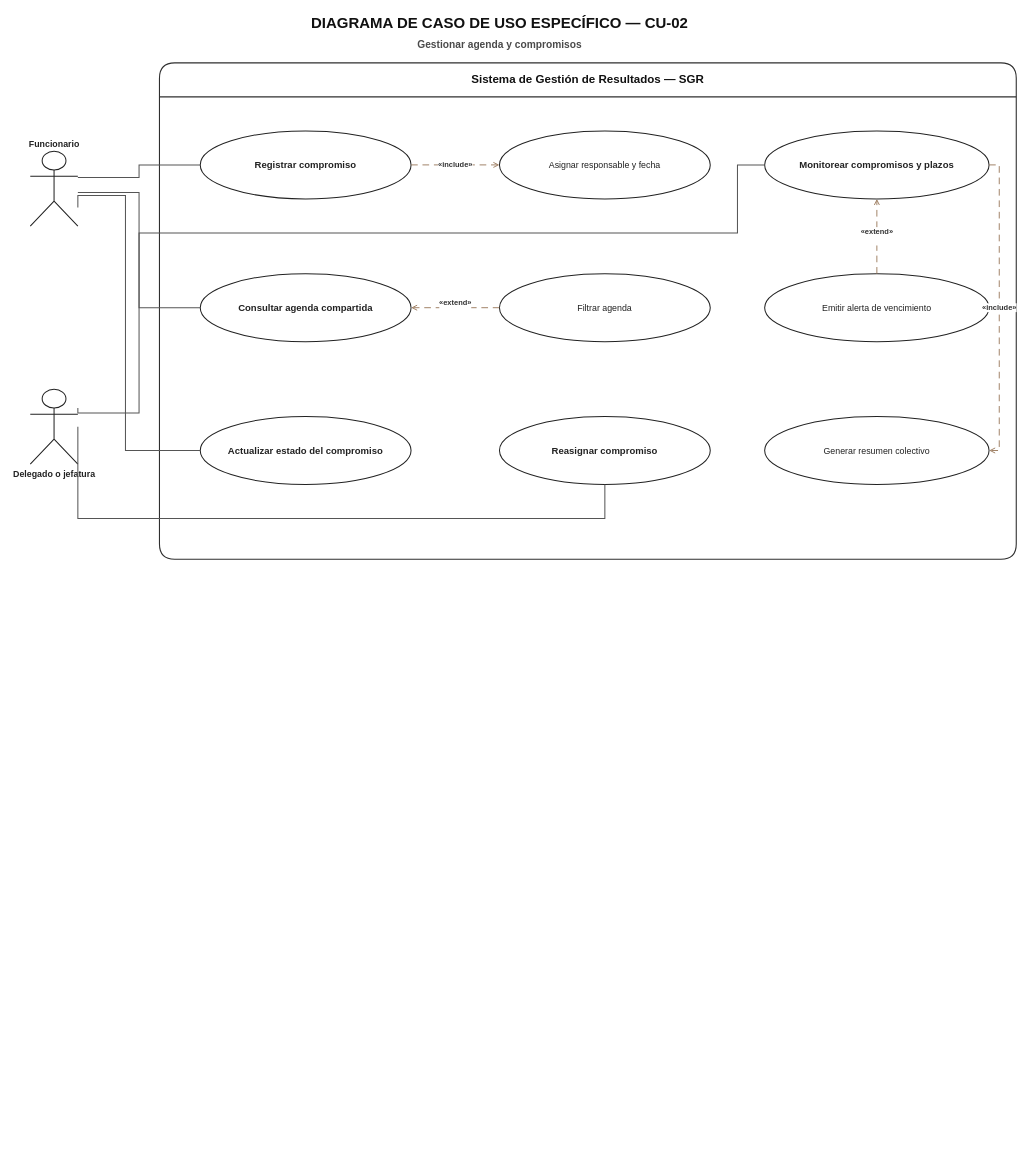
Before: docs/uml/02_casos_de_uso/02_especificos/CU02_gestionar_agenda_y_compromisos/Diagrama_Caso_Uso_Especifico_CU02_SGR.drawio in MasterCapehart/sgr-proyecto-integrado, a draw.io diagram. Source tidied: cells renumbered, new cells numbered last; positions are measured from the earlier drawing's top-left corner, leaving out a move shared by most shapes. Both pictures are drawn from the tidied source at 68%, with x=0, y=0 at pixel (30, 12).
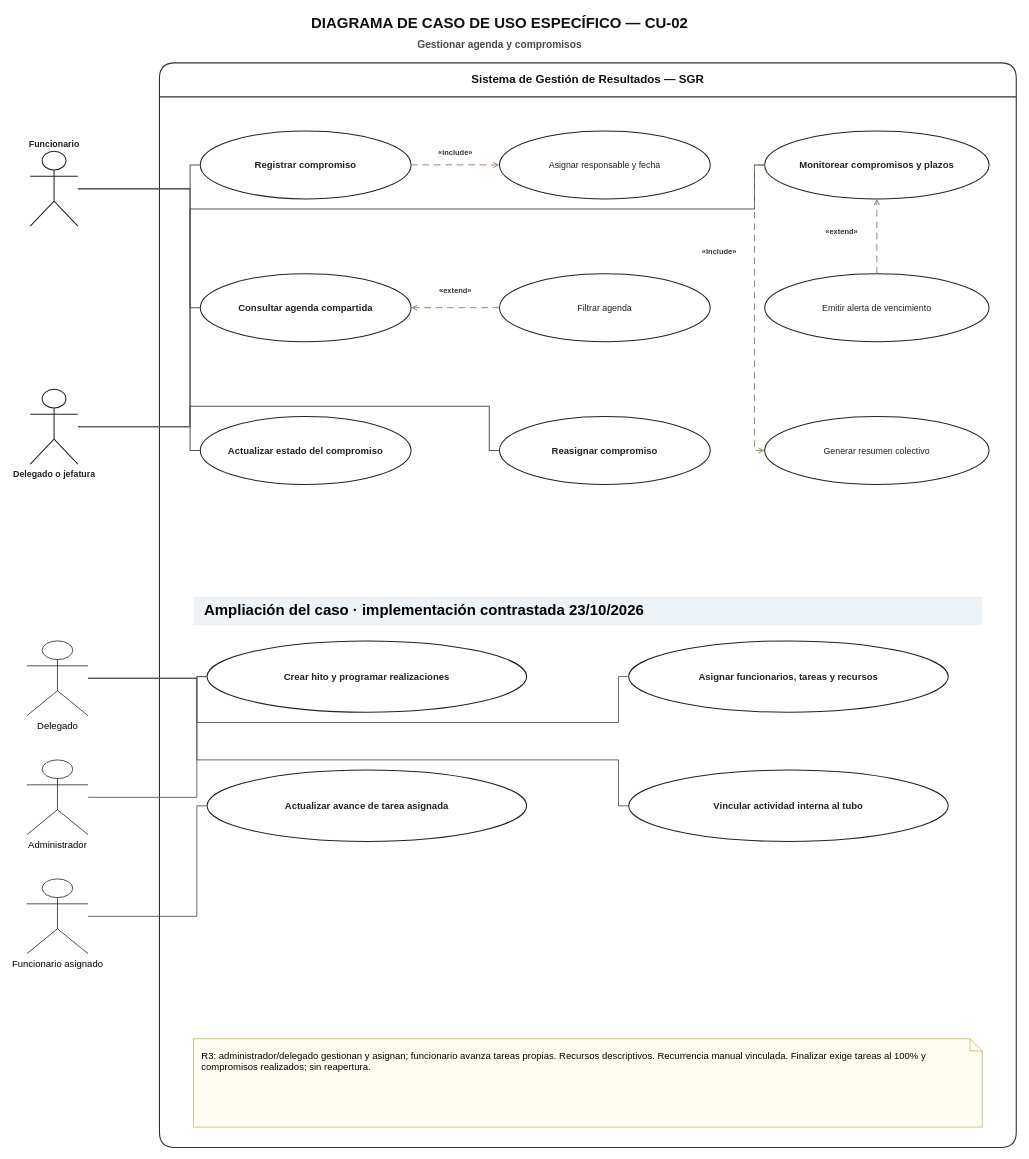
Above is the later version.

Unchanged cells that the change refers to:
```xml
<mxCell id="5" value="Funcionario" style="shape=umlActor;verticalLabelPosition=top;verticalAlign=bottom;html=1;outlineConnect=0;fillColor=#FFFFFF;strokeColor=#222222;fontColor=#222222;fontSize=13;fontStyle=1;strokeWidth=1.5;" parent="1" vertex="1">
  <mxGeometry y="205" width="70" height="110" as="geometry" />
</mxCell>
<mxCell id="6" value="Delegado o jefatura" style="shape=umlActor;verticalLabelPosition=bottom;verticalAlign=top;html=1;outlineConnect=0;fillColor=#FFFFFF;strokeColor=#222222;fontColor=#222222;fontSize=13;fontStyle=1;strokeWidth=1.5;" parent="1" vertex="1">
  <mxGeometry y="555" width="70" height="110" as="geometry" />
</mxCell>
<mxCell id="7" value="Registrar compromiso" style="ellipse;whiteSpace=wrap;html=1;fillColor=#FFFFFF;strokeColor=#222222;fontColor=#222222;fontSize=14;strokeWidth=1.5;fontStyle=1;" parent="1" vertex="1">
  <mxGeometry x="250" y="175" width="310" height="100" as="geometry" />
</mxCell>
<mxCell id="8" value="Asignar responsable y fecha" style="ellipse;whiteSpace=wrap;html=1;fillColor=#FFFFFF;strokeColor=#222222;fontColor=#222222;fontSize=13;strokeWidth=1.5;" parent="1" vertex="1">
  <mxGeometry x="690" y="175" width="310" height="100" as="geometry" />
</mxCell>
<mxCell id="9" value="Monitorear compromisos y plazos" style="ellipse;whiteSpace=wrap;html=1;fillColor=#FFFFFF;strokeColor=#222222;fontColor=#222222;fontSize=14;strokeWidth=1.5;fontStyle=1;" parent="1" vertex="1">
  <mxGeometry x="1080" y="175" width="330" height="100" as="geometry" />
</mxCell>
<mxCell id="10" value="Consultar agenda compartida" style="ellipse;whiteSpace=wrap;html=1;fillColor=#FFFFFF;strokeColor=#222222;fontColor=#222222;fontSize=14;strokeWidth=1.5;fontStyle=1;" parent="1" vertex="1">
  <mxGeometry x="250" y="385" width="310" height="100" as="geometry" />
</mxCell>
<mxCell id="11" value="Filtrar agenda" style="ellipse;whiteSpace=wrap;html=1;fillColor=#FFFFFF;strokeColor=#222222;fontColor=#222222;fontSize=13;strokeWidth=1.5;" parent="1" vertex="1">
  <mxGeometry x="690" y="385" width="310" height="100" as="geometry" />
</mxCell>
<mxCell id="12" value="Emitir alerta de vencimiento" style="ellipse;whiteSpace=wrap;html=1;fillColor=#FFFFFF;strokeColor=#222222;fontColor=#222222;fontSize=13;strokeWidth=1.5;" parent="1" vertex="1">
  <mxGeometry x="1080" y="385" width="330" height="100" as="geometry" />
</mxCell>
<mxCell id="13" value="Actualizar estado del compromiso" style="ellipse;whiteSpace=wrap;html=1;fillColor=#FFFFFF;strokeColor=#222222;fontColor=#222222;fontSize=14;strokeWidth=1.5;fontStyle=1;" parent="1" vertex="1">
  <mxGeometry x="250" y="595" width="310" height="100" as="geometry" />
</mxCell>
<mxCell id="14" value="Reasignar compromiso" style="ellipse;whiteSpace=wrap;html=1;fillColor=#FFFFFF;strokeColor=#222222;fontColor=#222222;fontSize=14;strokeWidth=1.5;fontStyle=1;" parent="1" vertex="1">
  <mxGeometry x="690" y="595" width="310" height="100" as="geometry" />
</mxCell>
<mxCell id="15" value="Generar resumen colectivo" style="ellipse;whiteSpace=wrap;html=1;fillColor=#FFFFFF;strokeColor=#222222;fontColor=#222222;fontSize=13;strokeWidth=1.5;" parent="1" vertex="1">
  <mxGeometry x="1080" y="595" width="330" height="100" as="geometry" />
</mxCell>
```

Change to the diagram source:
```diff
@@
     <mxCell id="4" value="Sistema de Gestión de Resultados — SGR" style="swimlane;horizontal=1;startSize=50;rounded=1;whiteSpace=wrap;html=1;fillColor=#FFFFFF;swimlaneFillColor=#FFFFFF;strokeColor=#2F2F2F;fontColor=#111111;fontSize=17;fontStyle=1;spacing=8;strokeWidth=1.6;" parent="1" vertex="1">
-      <mxGeometry x="190" y="75" width="1260" height="730" as="geometry" />
+      <mxGeometry x="190" y="75" width="1260" height="1595" as="geometry" />
     </mxCell>
@@
-    <mxCell id="16" style="edgeStyle=orthogonalEdgeStyle;jettySize=auto;endArrow=none;startArrow=none;html=1;rounded=0;strokeColor=#555555;strokeWidth=1.5;exitX=1;exitY=0.35;entryX=0;entryY=0.5;" parent="1" edge="1" source="5" target="7">
-      <mxGeometry relative="1" as="geometry" />
+    <mxCell id="16" style="jettySize=auto;endArrow=none;startArrow=none;html=1;strokeColor=#555555;strokeWidth=1.5;jumpSize=8;edgeStyle=none;noEdgeStyle=1;rounded=0;exitX=1;exitY=0.5;entryX=0;entryY=0.5;exitPerimeter=0;entryPerimeter=0;jumpStyle=arc;jumpSize=8;" parent="1" edge="1" source="5" target="7">
+      <mxGeometry relative="1" as="geometry">
+        <Array as="points">
+          <mxPoint x="235" y="260" />
+          <mxPoint x="235" y="225" />
+        </Array>
+      </mxGeometry>
     </mxCell>
-    <mxCell id="17" style="edgeStyle=orthogonalEdgeStyle;jettySize=auto;endArrow=none;startArrow=none;html=1;rounded=0;strokeColor=#555555;strokeWidth=1.5;exitX=1;exitY=0.55;entryX=0;entryY=0.5;" parent="1" edge="1" source="5" target="10">
-      <mxGeometry relative="1" as="geometry" />
+    <mxCell id="17" style="jettySize=auto;endArrow=none;startArrow=none;html=1;strokeColor=#555555;strokeWidth=1.5;jumpSize=8;edgeStyle=none;noEdgeStyle=1;rounded=0;exitX=1;exitY=0.5;entryX=0;entryY=0.5;exitPerimeter=0;entryPerimeter=0;jumpStyle=arc;jumpSize=8;" parent="1" edge="1" source="5" target="10">
+      <mxGeometry relative="1" as="geometry">
+        <Array as="points">
+          <mxPoint x="235" y="260" />
+          <mxPoint x="235" y="435" />
+        </Array>
+      </mxGeometry>
     </mxCell>
-    <mxCell id="18" style="edgeStyle=orthogonalEdgeStyle;jettySize=auto;endArrow=none;startArrow=none;html=1;rounded=0;strokeColor=#555555;strokeWidth=1.5;exitX=1;exitY=0.75;entryX=0;entryY=0.5;" parent="1" edge="1" source="5" target="13">
+    <mxCell id="18" style="jettySize=auto;endArrow=none;startArrow=none;html=1;strokeColor=#555555;strokeWidth=1.5;jumpSize=8;edgeStyle=none;noEdgeStyle=1;rounded=0;exitX=1;exitY=0.5;entryX=0;entryY=0.5;exitPerimeter=0;entryPerimeter=0;jumpStyle=arc;jumpSize=8;" parent="1" edge="1" source="5" target="13">
       <mxGeometry relative="1" as="geometry">
         <Array as="points">
-          <mxPoint x="140" y="270" />
-          <mxPoint x="140" y="645" />
+          <mxPoint x="235" y="260" />
+          <mxPoint x="235" y="645" />
         </Array>
       </mxGeometry>
     </mxCell>
-    <mxCell id="19" style="edgeStyle=orthogonalEdgeStyle;jettySize=auto;endArrow=none;startArrow=none;html=1;rounded=0;strokeColor=#555555;strokeWidth=1.5;exitX=1;exitY=0.25;entryX=0;entryY=0.5;" parent="1" edge="1" source="6" target="9">
+    <mxCell id="19" style="jettySize=auto;endArrow=none;startArrow=none;html=1;strokeColor=#555555;strokeWidth=1.5;jumpSize=8;edgeStyle=none;noEdgeStyle=1;rounded=0;exitX=1;exitY=0.5;entryX=0;entryY=0.5;exitPerimeter=0;entryPerimeter=0;jumpStyle=arc;jumpSize=8;" parent="1" edge="1" source="6" target="9">
       <mxGeometry relative="1" as="geometry">
         <Array as="points">
-          <mxPoint x="160" y="590" />
-          <mxPoint x="160" y="325" />
-          <mxPoint x="1040" y="325" />
-          <mxPoint x="1040" y="225" />
+          <mxPoint x="235" y="610" />
+          <mxPoint x="235" y="290" />
+          <mxPoint x="1065" y="290" />
+          <mxPoint x="1065" y="225" />
         </Array>
       </mxGeometry>
     </mxCell>
-    <mxCell id="20" style="edgeStyle=orthogonalEdgeStyle;jettySize=auto;endArrow=none;startArrow=none;html=1;rounded=0;strokeColor=#555555;strokeWidth=1.5;exitX=1;exitY=0.55;entryX=0;entryY=0.5;exitX=1;exitY=0.5;entryX=0.5;entryY=1;" parent="1" edge="1" source="6" target="14">
+    <mxCell id="20" style="jettySize=auto;endArrow=none;startArrow=none;html=1;strokeColor=#555555;strokeWidth=1.5;jumpSize=8;edgeStyle=none;noEdgeStyle=1;rounded=0;exitX=1;exitY=0.5;entryX=0;entryY=0.5;exitPerimeter=0;entryPerimeter=0;jumpStyle=arc;jumpSize=8;" parent="1" edge="1" source="6" target="14">
       <mxGeometry relative="1" as="geometry">
         <Array as="points">
-          <mxPoint x="150" y="745" />
-          <mxPoint x="850" y="745" />
+          <mxPoint x="235" y="610" />
+          <mxPoint x="235" y="580" />
+          <mxPoint x="675" y="580" />
+          <mxPoint x="675" y="645" />
         </Array>
       </mxGeometry>
     </mxCell>
-    <mxCell id="21" value="«include»" style="edgeStyle=orthogonalEdgeStyle;jettySize=auto;endArrow=open;endFill=0;startArrow=none;html=1;rounded=0;dashed=1;dashPattern=7 5;strokeColor=#9E7E61;strokeWidth=1.4;fontSize=11;fontStyle=1;labelBackgroundColor=#FFFFFF;exitX=1;exitY=0.5;entryX=0;entryY=0.5;fontColor=#333333;" parent="1" edge="1" source="7" target="8">
-      <mxGeometry relative="1" as="geometry" />
+    <mxCell id="21" value="«include»" style="jettySize=auto;endArrow=open;endFill=0;startArrow=none;html=1;dashed=1;dashPattern=7 5;strokeColor=#9E7E61;strokeWidth=1.4;fontSize=11;fontStyle=1;labelBackgroundColor=#FFFFFF;fontColor=#333333;jumpSize=8;edgeStyle=none;noEdgeStyle=1;rounded=0;exitX=1;exitY=0.5;entryX=0;entryY=0.5;exitPerimeter=0;entryPerimeter=0;jumpStyle=arc;jumpSize=8;" parent="1" edge="1" source="7" target="8">
+      <mxGeometry relative="1" as="geometry">
+        <mxPoint y="-18" as="offset" />
+      </mxGeometry>
     </mxCell>
-    <mxCell id="22" value="«extend»&lt;div&gt;&lt;br/&gt;&lt;/div&gt;" style="edgeStyle=orthogonalEdgeStyle;jettySize=auto;endArrow=open;endFill=0;startArrow=none;html=1;rounded=0;dashed=1;dashPattern=7 5;strokeColor=#9E7E61;strokeWidth=1.4;fontSize=11;fontStyle=1;labelBackgroundColor=#FFFFFF;exitX=0;exitY=0.5;entryX=1;entryY=0.5;fontColor=#333333;" parent="1" edge="1" source="11" target="10">
-      <mxGeometry relative="1" as="geometry" />
+    <mxCell id="22" value="«extend»&lt;div&gt;&lt;br/&gt;&lt;/div&gt;" style="jettySize=auto;endArrow=open;endFill=0;startArrow=none;html=1;dashed=1;dashPattern=7 5;strokeColor=#9E7E61;strokeWidth=1.4;fontSize=11;fontStyle=1;labelBackgroundColor=#FFFFFF;fontColor=#333333;jumpSize=8;edgeStyle=none;noEdgeStyle=1;rounded=0;exitX=0;exitY=0.5;entryX=1;entryY=0.5;exitPerimeter=0;entryPerimeter=0;jumpStyle=arc;jumpSize=8;" parent="1" edge="1" source="11" target="10">
+      <mxGeometry relative="1" as="geometry">
+        <mxPoint y="-18" as="offset" />
+      </mxGeometry>
     </mxCell>
-    <mxCell id="23" value="«extend»&lt;div&gt;&lt;br/&gt;&lt;/div&gt;" style="edgeStyle=orthogonalEdgeStyle;jettySize=auto;endArrow=open;endFill=0;startArrow=none;html=1;rounded=0;dashed=1;dashPattern=7 5;strokeColor=#9E7E61;strokeWidth=1.4;fontSize=11;fontStyle=1;labelBackgroundColor=#FFFFFF;exitX=0.5;exitY=0;entryX=0.5;entryY=1;fontColor=#333333;" parent="1" edge="1" source="12" target="9">
-      <mxGeometry relative="1" as="geometry" />
+    <mxCell id="23" value="«extend»&lt;div&gt;&lt;br/&gt;&lt;/div&gt;" style="jettySize=auto;endArrow=open;endFill=0;startArrow=none;html=1;dashed=1;dashPattern=7 5;strokeColor=#9E7E61;strokeWidth=1.4;fontSize=11;fontStyle=1;labelBackgroundColor=#FFFFFF;fontColor=#333333;jumpSize=8;edgeStyle=none;noEdgeStyle=1;rounded=0;exitX=0.5;exitY=0;entryX=0.5;entryY=1;exitPerimeter=0;entryPerimeter=0;jumpStyle=arc;jumpSize=8;" parent="1" edge="1" source="12" target="9">
+      <mxGeometry relative="1" as="geometry">
+        <mxPoint x="-52" as="offset" />
+      </mxGeometry>
     </mxCell>
-    <mxCell id="24" value="«include»" style="edgeStyle=orthogonalEdgeStyle;jettySize=auto;endArrow=open;endFill=0;startArrow=none;html=1;rounded=0;dashed=1;dashPattern=7 5;strokeColor=#9E7E61;strokeWidth=1.4;fontSize=11;fontStyle=1;labelBackgroundColor=#FFFFFF;exitX=1;exitY=0.5;entryX=1;entryY=0.5;fontColor=#333333;" parent="1" edge="1" source="9" target="15">
-      <mxGeometry relative="1" as="geometry">
+    <mxCell id="24" value="«include»" style="jettySize=auto;endArrow=open;endFill=0;startArrow=none;html=1;dashed=1;dashPattern=7 5;strokeColor=#9E7E61;strokeWidth=1.4;fontSize=11;fontStyle=1;labelBackgroundColor=#FFFFFF;fontColor=#333333;jumpSize=8;edgeStyle=none;noEdgeStyle=1;rounded=0;exitX=0;exitY=0.5;entryX=0;entryY=0.5;exitPerimeter=0;entryPerimeter=0;jumpStyle=arc;jumpSize=8;" parent="1" edge="1" source="9" target="15">
+      <mxGeometry x="-0.37" relative="1" as="geometry">
         <Array as="points">
-          <mxPoint x="1425" y="225" />
-          <mxPoint x="1425" y="645" />
+          <mxPoint x="1065" y="225" />
+          <mxPoint x="1065" y="645" />
         </Array>
+        <mxPoint x="-52" as="offset" />
       </mxGeometry>
     </mxCell>
+    <mxCell id="25" value="Delegado" style="shape=umlActor;verticalLabelPosition=bottom;verticalAlign=top;html=1;fontSize=14;" parent="1" vertex="1">
+      <mxGeometry x="-5" y="925" width="90" height="110" as="geometry" />
+    </mxCell>
+    <mxCell id="26" value="Administrador" style="shape=umlActor;verticalLabelPosition=bottom;verticalAlign=top;html=1;fontSize=14;" parent="1" vertex="1">
+      <mxGeometry x="-5" y="1100" width="90" height="110" as="geometry" />
+    </mxCell>
+    <mxCell id="27" value="Funcionario asignado" style="shape=umlActor;verticalLabelPosition=bottom;verticalAlign=top;html=1;fontSize=14;" parent="1" vertex="1">
+      <mxGeometry x="-5" y="1275" width="90" height="110" as="geometry" />
+    </mxCell>
+    <mxCell id="28" value="Ampliación del caso · implementación contrastada 23/10/2026" style="text;html=1;strokeColor=none;fillColor=#EDF2F7;align=left;verticalAlign=middle;fontSize=22;fontStyle=1;spacingLeft=14;" parent="1" vertex="1">
+      <mxGeometry x="240" y="860" width="1160" height="42" as="geometry" />
+    </mxCell>
+    <mxCell id="29" value="Crear hito y programar realizaciones" style="ellipse;whiteSpace=wrap;html=1;fillColor=#FFFFFF;strokeColor=#222222;fontColor=#222222;fontSize=14;strokeWidth=1.5;fontStyle=1;" parent="1" vertex="1">
+      <mxGeometry x="260" y="925" width="470" height="105" as="geometry" />
+    </mxCell>
+    <mxCell id="30" value="Asignar funcionarios, tareas y recursos" style="ellipse;whiteSpace=wrap;html=1;fillColor=#FFFFFF;strokeColor=#222222;fontColor=#222222;fontSize=14;strokeWidth=1.5;fontStyle=1;" parent="1" vertex="1">
+      <mxGeometry x="880" y="925" width="470" height="105" as="geometry" />
+    </mxCell>
+    <mxCell id="31" value="Actualizar avance de tarea asignada" style="ellipse;whiteSpace=wrap;html=1;fillColor=#FFFFFF;strokeColor=#222222;fontColor=#222222;fontSize=14;strokeWidth=1.5;fontStyle=1;" parent="1" vertex="1">
+      <mxGeometry x="260" y="1115" width="470" height="105" as="geometry" />
+    </mxCell>
+    <mxCell id="32" value="Vincular actividad interna al tubo" style="ellipse;whiteSpace=wrap;html=1;fillColor=#FFFFFF;strokeColor=#222222;fontColor=#222222;fontSize=14;strokeWidth=1.5;fontStyle=1;" parent="1" vertex="1">
+      <mxGeometry x="880" y="1115" width="470" height="105" as="geometry" />
+    </mxCell>
+    <mxCell id="33" style="html=1;strokeColor=#555555;strokeWidth=1.3;fontSize=12;labelBackgroundColor=#FFFFFF;startArrow=none;endArrow=none;jumpSize=8;edgeStyle=none;noEdgeStyle=1;rounded=0;exitX=1;exitY=0.5;entryX=0;entryY=0.5;exitPerimeter=0;entryPerimeter=0;jumpStyle=arc;jumpSize=8;" parent="1" edge="1" source="25" target="29">
+      <mxGeometry relative="1" as="geometry">
+        <Array as="points">
+          <mxPoint x="245" y="980" />
+          <mxPoint x="245" y="977.5" />
+        </Array>
+      </mxGeometry>
+    </mxCell>
+    <mxCell id="34" style="html=1;strokeColor=#555555;strokeWidth=1.3;fontSize=12;labelBackgroundColor=#FFFFFF;startArrow=none;endArrow=none;jumpSize=8;edgeStyle=none;noEdgeStyle=1;rounded=0;exitX=1;exitY=0.5;entryX=0;entryY=0.5;exitPerimeter=0;entryPerimeter=0;jumpStyle=arc;jumpSize=8;" parent="1" edge="1" source="25" target="30">
+      <mxGeometry relative="1" as="geometry">
+        <Array as="points">
+          <mxPoint x="245" y="980" />
+          <mxPoint x="245" y="1045" />
+          <mxPoint x="865" y="1045" />
+          <mxPoint x="865" y="977.5" />
+        </Array>
+      </mxGeometry>
+    </mxCell>
+    <mxCell id="35" style="html=1;strokeColor=#555555;strokeWidth=1.3;fontSize=12;labelBackgroundColor=#FFFFFF;startArrow=none;endArrow=none;jumpSize=8;edgeStyle=none;noEdgeStyle=1;rounded=0;exitX=1;exitY=0.5;entryX=0;entryY=0.5;exitPerimeter=0;entryPerimeter=0;jumpStyle=arc;jumpSize=8;" parent="1" edge="1" source="25" target="32">
+      <mxGeometry relative="1" as="geometry">
+        <Array as="points">
+          <mxPoint x="245" y="980" />
+          <mxPoint x="245" y="1100" />
+          <mxPoint x="865" y="1100" />
+          <mxPoint x="865" y="1167.5" />
+        </Array>
+      </mxGeometry>
+    </mxCell>
+    <mxCell id="36" style="html=1;strokeColor=#555555;strokeWidth=1.3;fontSize=12;labelBackgroundColor=#FFFFFF;startArrow=none;endArrow=none;jumpSize=8;edgeStyle=none;noEdgeStyle=1;rounded=0;exitX=1;exitY=0.5;entryX=0;entryY=0.5;exitPerimeter=0;entryPerimeter=0;jumpStyle=arc;jumpSize=8;" parent="1" edge="1" source="26" target="29">
+      <mxGeometry relative="1" as="geometry">
+        <Array as="points">
+          <mxPoint x="245" y="1155" />
+          <mxPoint x="245" y="977.5" />
+        </Array>
+      </mxGeometry>
+    </mxCell>
+    <mxCell id="37" style="html=1;strokeColor=#555555;strokeWidth=1.3;fontSize=12;labelBackgroundColor=#FFFFFF;startArrow=none;endArrow=none;jumpSize=8;edgeStyle=none;noEdgeStyle=1;rounded=0;exitX=1;exitY=0.5;entryX=0;entryY=0.5;exitPerimeter=0;entryPerimeter=0;jumpStyle=arc;jumpSize=8;" parent="1" edge="1" source="27" target="31">
+      <mxGeometry relative="1" as="geometry">
+        <Array as="points">
+          <mxPoint x="245" y="1330" />
+          <mxPoint x="245" y="1167.5" />
+        </Array>
+      </mxGeometry>
+    </mxCell>
+    <mxCell id="38" value="R3: administrador/delegado gestionan y asignan; funcionario avanza tareas propias. Recursos descriptivos. Recurrencia manual vinculada. Finalizar exige tareas al 100% y compromisos realizados; sin reapertura." style="shape=note;whiteSpace=wrap;html=1;size=18;fillColor=#FFFDF2;strokeColor=#C8A951;fontSize=14;align=left;verticalAlign=top;spacing=12;" parent="1" vertex="1">
+      <mxGeometry x="240" y="1510" width="1160" height="130" as="geometry" />
+    </mxCell>
```
